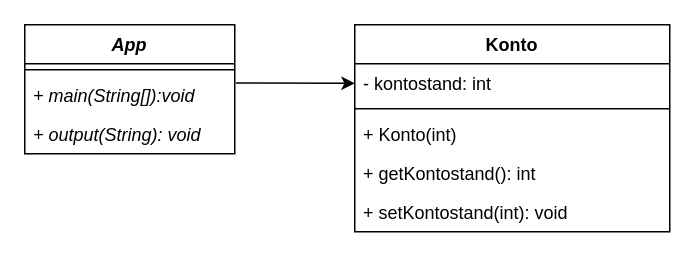
This is page "App / Konto" (2 of 2) of konto.drawio from Comcave-OO-Programmierung/02b_CodeLab_1, a draw.io file, before an edit. Source tidied: cells renumbered, new cells numbered last; positions are measured from the earlier drawing's top-left corner, leaving out a move shared by most shapes. Both pictures are drawn from the tidied source at 150%, with x=0, y=0 at pixel (24, 24).
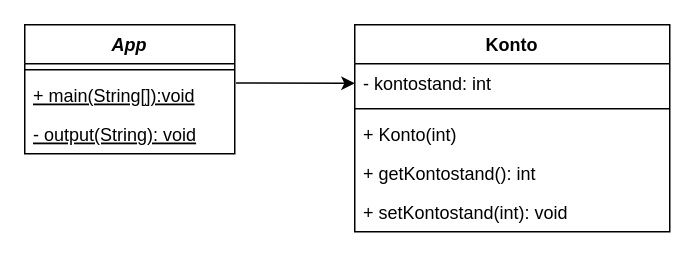
The same diagram, later.

Change to the diagram source:
```diff
@@
 <mxGraphModel>
   <root>
     <mxCell id="0" />
     <mxCell id="1" parent="0" />
     <mxCell id="2" value="Konto" style="swimlane;fontStyle=1;align=center;verticalAlign=top;horizontal=1;startSize=26;" parent="1" vertex="1">
       <mxGeometry x="220" width="210" height="138" as="geometry" />
     </mxCell>
     <mxCell id="3" value="- kontostand: int" style="text;strokeColor=none;fillColor=none;align=left;verticalAlign=top;spacingLeft=4;spacingRight=4;overflow=hidden;points=[[0,0.5],[1,0.5]];portConstraint=eastwest;" parent="2" vertex="1">
       <mxGeometry y="26" width="210" height="26" as="geometry" />
     </mxCell>
     <mxCell id="4" style="line;strokeWidth=1;fillColor=none;align=left;verticalAlign=middle;spacingTop=-1;spacingLeft=3;spacingRight=3;labelPosition=right;" parent="2" vertex="1">
       <mxGeometry y="52" width="210" height="8" as="geometry" />
     </mxCell>
     <mxCell id="5" value="+ Konto(int)" style="text;strokeColor=none;fillColor=none;align=left;verticalAlign=top;spacingLeft=4;spacingRight=4;overflow=hidden;" parent="2" vertex="1">
       <mxGeometry y="60" width="210" height="26" as="geometry" />
     </mxCell>
     <mxCell id="6" value="+ getKontostand(): int" style="text;strokeColor=none;fillColor=none;align=left;verticalAlign=top;spacingLeft=4;spacingRight=4;overflow=hidden;" parent="2" vertex="1">
       <mxGeometry y="86" width="210" height="26" as="geometry" />
     </mxCell>
     <mxCell id="7" value="+ setKontostand(int): void" style="text;strokeColor=none;fillColor=none;align=left;verticalAlign=top;spacingLeft=4;spacingRight=4;overflow=hidden;" parent="2" vertex="1">
       <mxGeometry y="112" width="210" height="26" as="geometry" />
     </mxCell>
     <mxCell id="8" value="App" style="swimlane;fontStyle=3;align=center;verticalAlign=top;horizontal=1;startSize=26;" parent="1" vertex="1">
       <mxGeometry width="140" height="86" as="geometry" />
     </mxCell>
     <mxCell id="9" style="line;strokeWidth=1;fillColor=none;align=left;verticalAlign=middle;spacingTop=-1;spacingLeft=3;spacingRight=3;labelPosition=right;" parent="8" vertex="1">
       <mxGeometry y="26" width="140" height="8" as="geometry" />
     </mxCell>
-    <mxCell id="10" value="+ main(String[]):void" style="text;strokeColor=none;fillColor=none;align=left;verticalAlign=top;spacingLeft=4;spacingRight=4;overflow=hidden;points=[[0,0.5],[1,0.5]];portConstraint=eastwest;fontStyle=2;" parent="8" vertex="1">
+    <mxCell id="10" value="+ main(String[]):void" style="text;strokeColor=none;fillColor=none;align=left;verticalAlign=top;spacingLeft=4;spacingRight=4;overflow=hidden;points=[[0,0.5],[1,0.5]];portConstraint=eastwest;fontStyle=4;" parent="8" vertex="1">
       <mxGeometry y="34" width="140" height="26" as="geometry" />
     </mxCell>
-    <mxCell id="11" value="+ output(String): void" style="text;strokeColor=none;fillColor=none;align=left;verticalAlign=top;spacingLeft=4;spacingRight=4;overflow=hidden;fontStyle=2;" parent="8" vertex="1">
+    <mxCell id="11" value="- output(String): void" style="text;strokeColor=none;fillColor=none;align=left;verticalAlign=top;spacingLeft=4;spacingRight=4;overflow=hidden;fontStyle=4;" parent="8" vertex="1">
       <mxGeometry y="60" width="140" height="26" as="geometry" />
     </mxCell>
     <mxCell id="12" style="edgeStyle=none;html=1;entryX=0;entryY=0.5;entryDx=0;entryDy=0;exitX=1.006;exitY=0.188;exitDx=0;exitDy=0;exitPerimeter=0;" parent="1" edge="1" source="10" target="3">
       <mxGeometry relative="1" as="geometry" />
     </mxCell>
   </root>
 </mxGraphModel>
```
